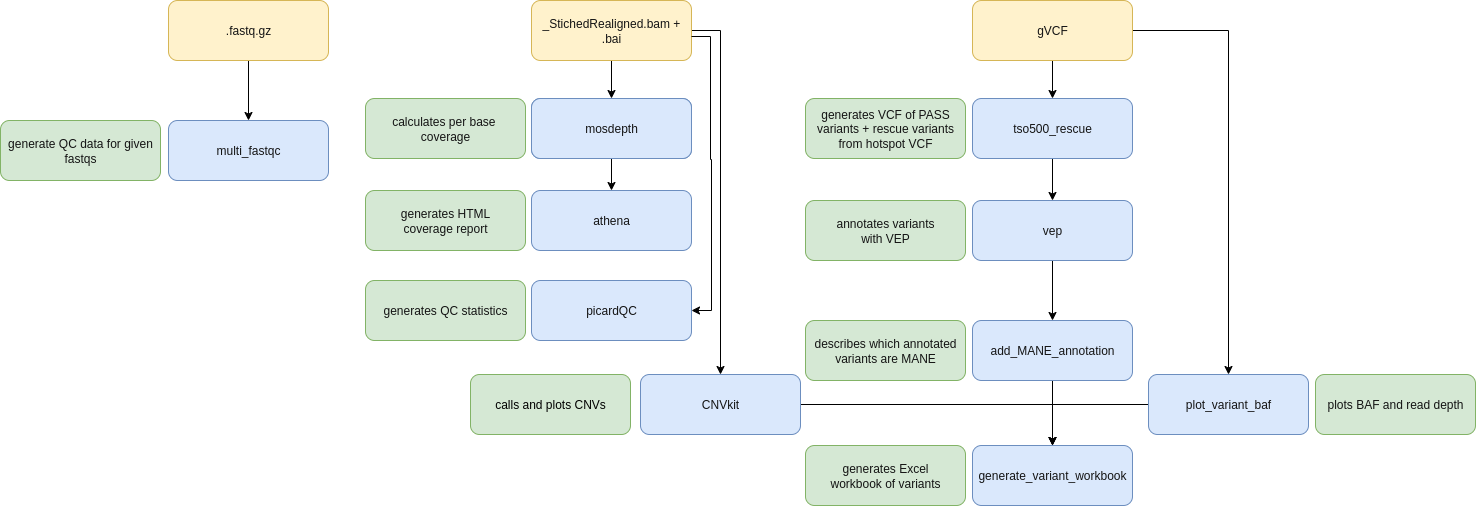
The draw.io diagram images/tso500_reports_workflow.png in eastgenomics/eggd_TSO500_reports_workflow, before a commit. Source tidied: cells renumbered, new cells last; positions are measured from the earlier drawing's top-left corner, leaving out a move shared by most shapes.
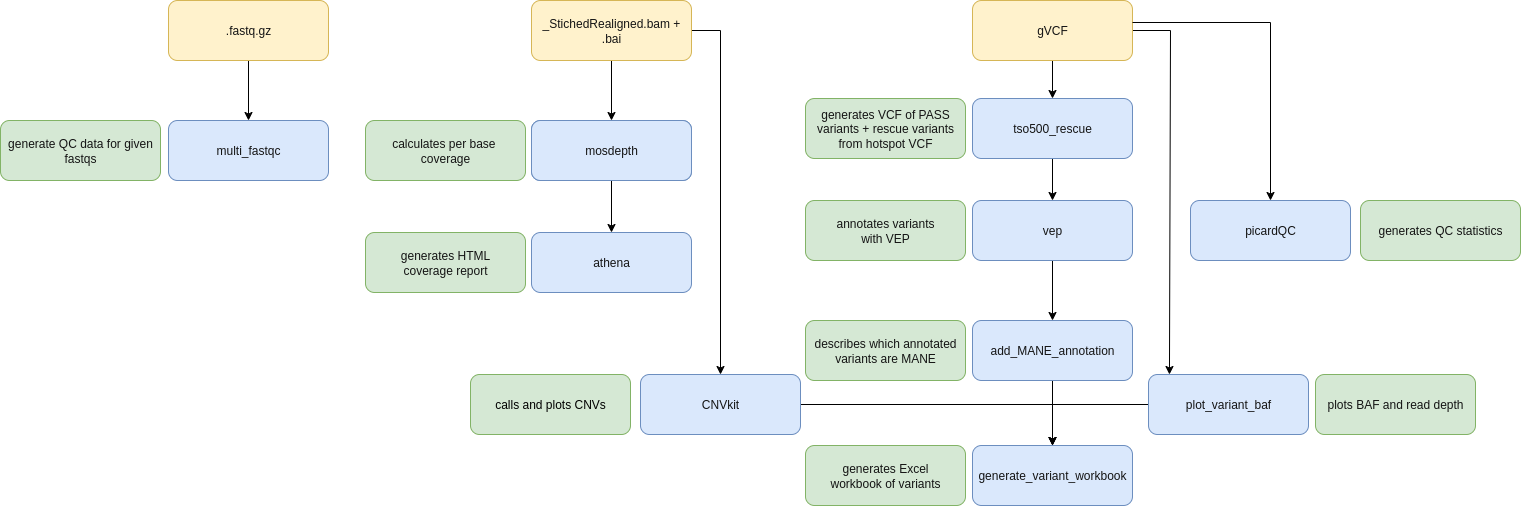
Above is the later version.

What changed in the source:
```diff
@@ -14,8 +14,12 @@
     <mxCell id="5" style="edgeStyle=orthogonalEdgeStyle;rounded=0;jettySize=auto;html=1;" parent="1" edge="1" source="7" target="11">
       <mxGeometry relative="1" as="geometry" />
     </mxCell>
-    <mxCell id="6" style="edgeStyle=orthogonalEdgeStyle;rounded=0;jettySize=auto;html=1;entryX=0.5;entryY=0;entryDx=0;entryDy=0;" parent="1" edge="1" source="7" target="28">
-      <mxGeometry relative="1" as="geometry" />
+    <mxCell id="6" style="edgeStyle=orthogonalEdgeStyle;rounded=0;jettySize=auto;html=1;entryX=0.131;entryY=0;entryDx=0;entryDy=0;entryPerimeter=0;" parent="1" edge="1" source="7" target="28">
+      <mxGeometry relative="1" as="geometry">
+        <Array as="points">
+          <mxPoint x="1170" y="30" />
+        </Array>
+      </mxGeometry>
     </mxCell>
     <mxCell id="7" value="gVCF" style="rounded=1;whiteSpace=wrap;html=1;fillColor=#fff2cc;strokeColor=#d6b656;fontColor=#141414;" parent="1" vertex="1">
       <mxGeometry x="972" width="160" height="60" as="geometry" />
@@ -24,7 +28,7 @@
       <mxGeometry relative="1" as="geometry" />
     </mxCell>
     <mxCell id="9" value="&lt;font color=&quot;#141414&quot;&gt;mosdepth&lt;/font&gt;" style="rounded=1;whiteSpace=wrap;html=1;fillColor=#dae8fc;strokeColor=#6c8ebf;" parent="1" vertex="1">
-      <mxGeometry x="531" y="98" width="160" height="60" as="geometry" />
+      <mxGeometry x="531" y="120" width="160" height="60" as="geometry" />
     </mxCell>
     <mxCell id="10" style="edgeStyle=none;html=1;fontColor=#141414;" parent="1" edge="1" source="11" target="15">
       <mxGeometry relative="1" as="geometry" />
@@ -33,7 +37,7 @@
       <mxGeometry x="972" y="98" width="160" height="60" as="geometry" />
     </mxCell>
     <mxCell id="12" value="&lt;font color=&quot;#141414&quot;&gt;athena&lt;/font&gt;" style="rounded=1;whiteSpace=wrap;html=1;fillColor=#dae8fc;strokeColor=#6c8ebf;" parent="1" vertex="1">
-      <mxGeometry x="531" y="190" width="160" height="60" as="geometry" />
+      <mxGeometry x="531" y="232" width="160" height="60" as="geometry" />
     </mxCell>
     <mxCell id="13" style="edgeStyle=none;html=1;fontColor=#141414;" parent="1" edge="1" target="16">
       <mxGeometry relative="1" as="geometry">
@@ -59,10 +63,10 @@
       <mxGeometry x="805" y="445" width="160" height="60" as="geometry" />
     </mxCell>
     <mxCell id="20" value="&lt;font color=&quot;#141414&quot;&gt;calculates per base&amp;nbsp;&lt;br&gt;coverage&lt;br&gt;&lt;/font&gt;" style="rounded=1;whiteSpace=wrap;html=1;fillColor=#d5e8d4;strokeColor=#82b366;" parent="1" vertex="1">
-      <mxGeometry x="365" y="98" width="160" height="60" as="geometry" />
+      <mxGeometry x="365" y="120" width="160" height="60" as="geometry" />
     </mxCell>
     <mxCell id="21" value="&lt;font color=&quot;#141414&quot;&gt;generates HTML&lt;br&gt;coverage report&lt;br&gt;&lt;/font&gt;" style="rounded=1;whiteSpace=wrap;html=1;fillColor=#d5e8d4;strokeColor=#82b366;" parent="1" vertex="1">
-      <mxGeometry x="365" y="190" width="160" height="60" as="geometry" />
+      <mxGeometry x="365" y="232" width="160" height="60" as="geometry" />
     </mxCell>
     <mxCell id="22" style="edgeStyle=none;html=1;fontColor=#141414;" parent="1" edge="1" source="23" target="24">
       <mxGeometry relative="1" as="geometry" />
@@ -77,7 +81,7 @@
       <mxGeometry y="120" width="160" height="60" as="geometry" />
     </mxCell>
     <mxCell id="26" value="&lt;font color=&quot;#141414&quot;&gt;mosdepth&lt;/font&gt;" style="rounded=1;whiteSpace=wrap;html=1;fillColor=#dae8fc;strokeColor=#6c8ebf;" parent="1" vertex="1">
-      <mxGeometry x="531" y="98" width="160" height="60" as="geometry" />
+      <mxGeometry x="531" y="120" width="160" height="60" as="geometry" />
     </mxCell>
     <mxCell id="27" style="edgeStyle=orthogonalEdgeStyle;rounded=0;jettySize=auto;html=1;exitX=0;exitY=0.5;exitDx=0;exitDy=0;entryX=0.5;entryY=0;entryDx=0;entryDy=0;" parent="1" edge="1" source="28" target="16">
       <mxGeometry relative="1" as="geometry" />
@@ -104,21 +108,19 @@
       <mxGeometry x="470" y="374" width="160" height="60" as="geometry" />
     </mxCell>
     <mxCell id="35" value="&lt;font color=&quot;#141414&quot;&gt;generates QC statistics&lt;/font&gt;" style="rounded=1;whiteSpace=wrap;html=1;fillColor=#d5e8d4;strokeColor=#82b366;" parent="1" vertex="1">
-      <mxGeometry x="365" y="280" width="160" height="60" as="geometry" />
+      <mxGeometry x="1360" y="200" width="160" height="60" as="geometry" />
     </mxCell>
     <mxCell id="36" value="&lt;font color=&quot;#141414&quot;&gt;picardQC&lt;/font&gt;" style="rounded=1;whiteSpace=wrap;html=1;fillColor=#dae8fc;strokeColor=#6c8ebf;" parent="1" vertex="1">
-      <mxGeometry x="531" y="280" width="160" height="60" as="geometry" />
+      <mxGeometry x="1190" y="200" width="160" height="60" as="geometry" />
     </mxCell>
-    <mxCell id="37" style="edgeStyle=orthogonalEdgeStyle;rounded=0;jettySize=auto;html=1;exitX=1;exitY=0.5;exitDx=0;exitDy=0;entryX=1;entryY=0.5;entryDx=0;entryDy=0;" parent="1" edge="1" target="36">
-      <mxGeometry relative="1" as="geometry">
-        <mxPoint x="691" y="36" as="sourcePoint" />
-        <Array as="points">
-          <mxPoint x="710" y="36" />
-          <mxPoint x="710" y="159" />
-          <mxPoint x="711" y="159" />
-          <mxPoint x="711" y="310" />
-        </Array>
-      </mxGeometry>
-    </mxCell>
+    <mxCell id="38" style="edgeStyle=orthogonalEdgeStyle;rounded=0;jettySize=auto;html=1;entryX=0.5;entryY=0;entryDx=0;entryDy=0;" parent="1" edge="1" target="36">
+      <mxGeometry relative="1" as="geometry">
+        <mxPoint x="1132" y="22" as="sourcePoint" />
+        <Array as="points">
+          <mxPoint x="1270" y="22" />
+          <mxPoint x="1270" y="200" />
+        </Array>
+      </mxGeometry>
+    </mxCell>
   </root>
 </mxGraphModel>
```
